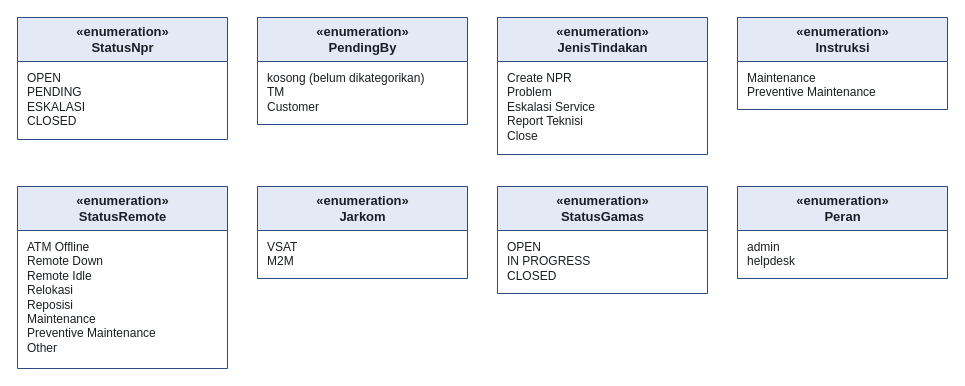
The draw.io diagram review/gambar/diagram/05b-enumerasi.drawio in felicidad126/tyio, before the edit. Source tidied: cells renumbered, new cells numbered last; positions are measured from the earlier drawing's top-left corner, leaving out a move shared by most shapes. Both pictures are drawn from the tidied source at 100%, with x=0, y=0 at pixel (17, 17).
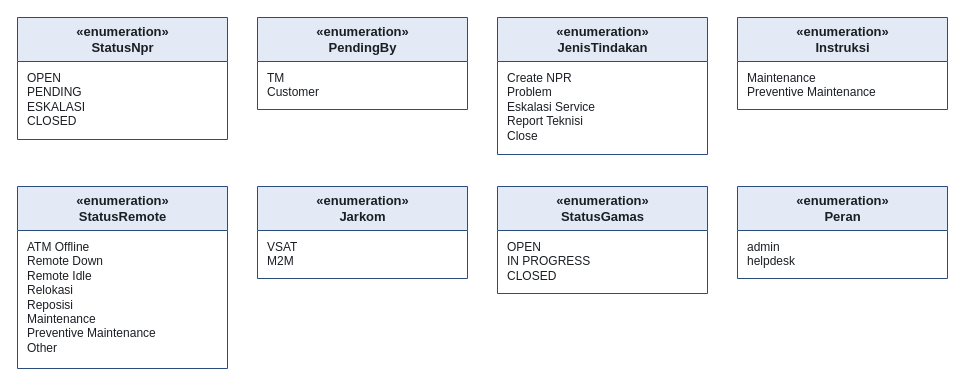
The same diagram, later.

The edit, as a diff of the source:
```diff
@@
 <mxGraphModel>
   <root>
     <mxCell id="0" />
     <mxCell id="1" parent="0" />
     <mxCell id="2" value="«enumeration»&#10;StatusNpr" style="fontFamily=Arial;fontColor=#1B1F24;swimlane;fontStyle=1;align=center;verticalAlign=top;horizontal=1;html=1;fillColor=#E3EAF5;swimlaneFillColor=#FFFFFF;strokeColor=#2B4C7E;fontSize=13;startSize=44;" parent="1" vertex="1">
       <mxGeometry width="210" height="122" as="geometry" />
     </mxCell>
     <mxCell id="3" value="OPEN&#10;PENDING&#10;ESKALASI&#10;CLOSED" style="fontFamily=Arial;fontColor=#1B1F24;text;strokeColor=none;fillColor=none;align=left;verticalAlign=top;spacingLeft=8;spacingRight=4;spacingTop=3;overflow=hidden;whiteSpace=wrap;html=1;fontSize=12;" parent="2" vertex="1">
       <mxGeometry y="44" width="210" height="70" as="geometry" />
     </mxCell>
     <mxCell id="4" value="«enumeration»&#10;PendingBy" style="fontFamily=Arial;fontColor=#1B1F24;swimlane;fontStyle=1;align=center;verticalAlign=top;horizontal=1;html=1;fillColor=#E3EAF5;swimlaneFillColor=#FFFFFF;strokeColor=#2B4C7E;fontSize=13;startSize=44;" parent="1" vertex="1">
-      <mxGeometry x="240" width="210" height="107" as="geometry" />
+      <mxGeometry x="240" width="210" height="92" as="geometry" />
     </mxCell>
-    <mxCell id="5" value="kosong (belum dikategorikan)&#10;TM&#10;Customer" style="fontFamily=Arial;fontColor=#1B1F24;text;strokeColor=none;fillColor=none;align=left;verticalAlign=top;spacingLeft=8;spacingRight=4;spacingTop=3;overflow=hidden;whiteSpace=wrap;html=1;fontSize=12;" parent="4" vertex="1">
-      <mxGeometry y="44" width="210" height="55" as="geometry" />
+    <mxCell id="5" value="TM&#10;Customer" style="fontFamily=Arial;fontColor=#1B1F24;text;strokeColor=none;fillColor=none;align=left;verticalAlign=top;spacingLeft=8;spacingRight=4;spacingTop=3;overflow=hidden;whiteSpace=wrap;html=1;fontSize=12;" parent="4" vertex="1">
+      <mxGeometry y="44" width="210" height="40" as="geometry" />
     </mxCell>
     <mxCell id="6" value="«enumeration»&#10;JenisTindakan" style="fontFamily=Arial;fontColor=#1B1F24;swimlane;fontStyle=1;align=center;verticalAlign=top;horizontal=1;html=1;fillColor=#E3EAF5;swimlaneFillColor=#FFFFFF;strokeColor=#2B4C7E;fontSize=13;startSize=44;" parent="1" vertex="1">
       <mxGeometry x="480" width="210" height="137" as="geometry" />
     </mxCell>
     <mxCell id="7" value="Create NPR&#10;Problem&#10;Eskalasi Service&#10;Report Teknisi&#10;Close" style="fontFamily=Arial;fontColor=#1B1F24;text;strokeColor=none;fillColor=none;align=left;verticalAlign=top;spacingLeft=8;spacingRight=4;spacingTop=3;overflow=hidden;whiteSpace=wrap;html=1;fontSize=12;" parent="6" vertex="1">
       <mxGeometry y="44" width="210" height="85" as="geometry" />
     </mxCell>
     <mxCell id="8" value="«enumeration»&#10;Instruksi" style="fontFamily=Arial;fontColor=#1B1F24;swimlane;fontStyle=1;align=center;verticalAlign=top;horizontal=1;html=1;fillColor=#E3EAF5;swimlaneFillColor=#FFFFFF;strokeColor=#2B4C7E;fontSize=13;startSize=44;" parent="1" vertex="1">
       <mxGeometry x="720" width="210" height="92" as="geometry" />
     </mxCell>
     <mxCell id="9" value="Maintenance&#10;Preventive Maintenance" style="fontFamily=Arial;fontColor=#1B1F24;text;strokeColor=none;fillColor=none;align=left;verticalAlign=top;spacingLeft=8;spacingRight=4;spacingTop=3;overflow=hidden;whiteSpace=wrap;html=1;fontSize=12;" parent="8" vertex="1">
       <mxGeometry y="44" width="210" height="40" as="geometry" />
     </mxCell>
     <mxCell id="10" value="«enumeration»&#10;StatusRemote" style="fontFamily=Arial;fontColor=#1B1F24;swimlane;fontStyle=1;align=center;verticalAlign=top;horizontal=1;html=1;fillColor=#E3EAF5;swimlaneFillColor=#FFFFFF;strokeColor=#2B4C7E;fontSize=13;startSize=44;" parent="1" vertex="1">
       <mxGeometry y="169" width="210" height="182" as="geometry" />
     </mxCell>
     <mxCell id="11" value="ATM Offline&#10;Remote Down&#10;Remote Idle&#10;Relokasi&#10;Reposisi&#10;Maintenance&#10;Preventive Maintenance&#10;Other" style="fontFamily=Arial;fontColor=#1B1F24;text;strokeColor=none;fillColor=none;align=left;verticalAlign=top;spacingLeft=8;spacingRight=4;spacingTop=3;overflow=hidden;whiteSpace=wrap;html=1;fontSize=12;" parent="10" vertex="1">
       <mxGeometry y="44" width="210" height="130" as="geometry" />
     </mxCell>
     <mxCell id="12" value="«enumeration»&#10;Jarkom" style="fontFamily=Arial;fontColor=#1B1F24;swimlane;fontStyle=1;align=center;verticalAlign=top;horizontal=1;html=1;fillColor=#E3EAF5;swimlaneFillColor=#FFFFFF;strokeColor=#2B4C7E;fontSize=13;startSize=44;" parent="1" vertex="1">
       <mxGeometry x="240" y="169" width="210" height="92" as="geometry" />
     </mxCell>
     <mxCell id="13" value="VSAT&#10;M2M" style="fontFamily=Arial;fontColor=#1B1F24;text;strokeColor=none;fillColor=none;align=left;verticalAlign=top;spacingLeft=8;spacingRight=4;spacingTop=3;overflow=hidden;whiteSpace=wrap;html=1;fontSize=12;" parent="12" vertex="1">
       <mxGeometry y="44" width="210" height="40" as="geometry" />
     </mxCell>
     <mxCell id="14" value="«enumeration»&#10;StatusGamas" style="fontFamily=Arial;fontColor=#1B1F24;swimlane;fontStyle=1;align=center;verticalAlign=top;horizontal=1;html=1;fillColor=#E3EAF5;swimlaneFillColor=#FFFFFF;strokeColor=#2B4C7E;fontSize=13;startSize=44;" parent="1" vertex="1">
       <mxGeometry x="480" y="169" width="210" height="107" as="geometry" />
     </mxCell>
     <mxCell id="15" value="OPEN&#10;IN PROGRESS&#10;CLOSED" style="fontFamily=Arial;fontColor=#1B1F24;text;strokeColor=none;fillColor=none;align=left;verticalAlign=top;spacingLeft=8;spacingRight=4;spacingTop=3;overflow=hidden;whiteSpace=wrap;html=1;fontSize=12;" parent="14" vertex="1">
       <mxGeometry y="44" width="210" height="55" as="geometry" />
     </mxCell>
     <mxCell id="16" value="«enumeration»&#10;Peran" style="fontFamily=Arial;fontColor=#1B1F24;swimlane;fontStyle=1;align=center;verticalAlign=top;horizontal=1;html=1;fillColor=#E3EAF5;swimlaneFillColor=#FFFFFF;strokeColor=#2B4C7E;fontSize=13;startSize=44;" parent="1" vertex="1">
       <mxGeometry x="720" y="169" width="210" height="92" as="geometry" />
     </mxCell>
     <mxCell id="17" value="admin&#10;helpdesk" style="fontFamily=Arial;fontColor=#1B1F24;text;strokeColor=none;fillColor=none;align=left;verticalAlign=top;spacingLeft=8;spacingRight=4;spacingTop=3;overflow=hidden;whiteSpace=wrap;html=1;fontSize=12;" parent="16" vertex="1">
       <mxGeometry y="44" width="210" height="40" as="geometry" />
     </mxCell>
   </root>
 </mxGraphModel>
```
